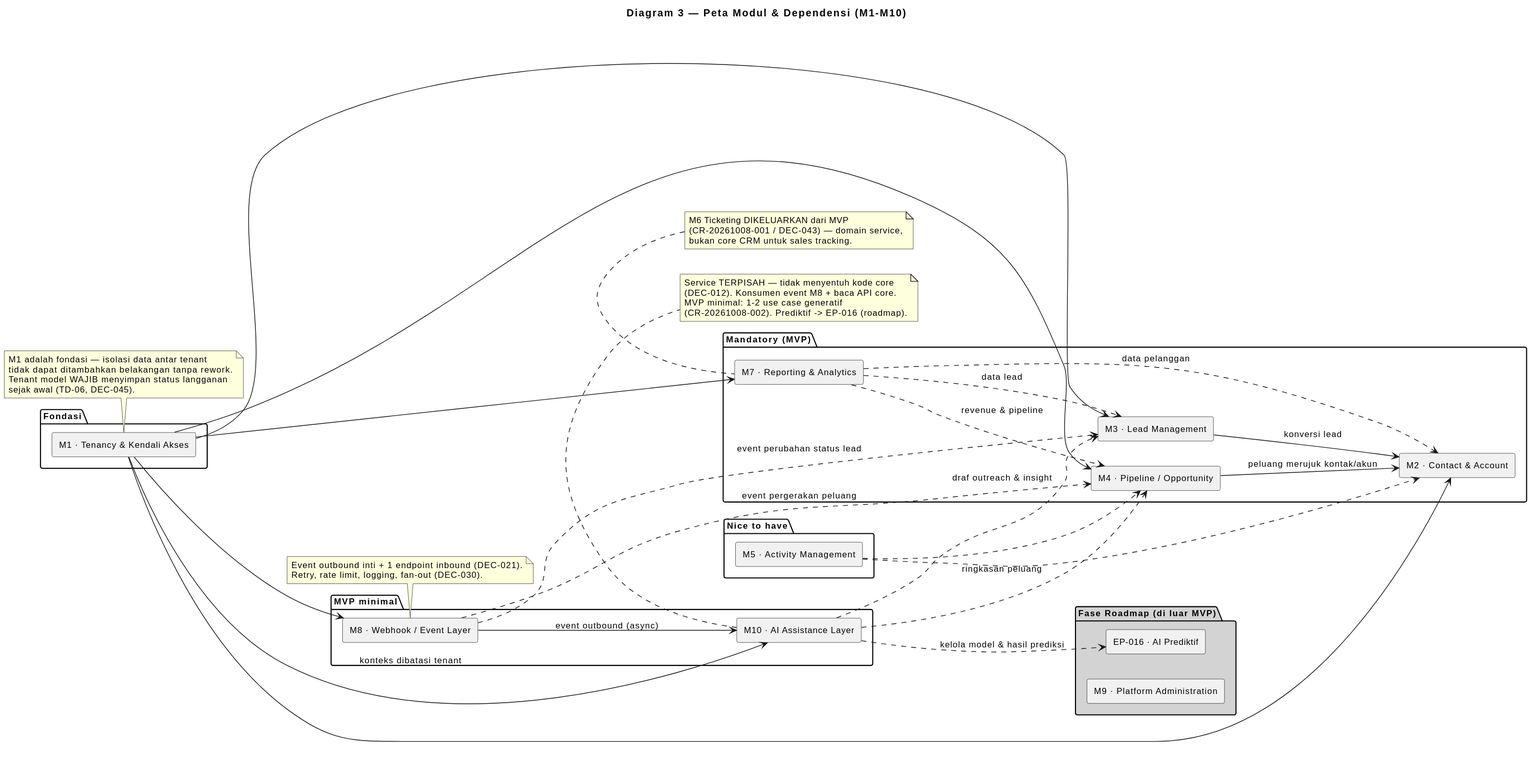
The PlantUML diagram knowledge/projects/bootcamp-crm/requirements/brd/diagrams/03-peta-modul.svg in yudha-tlab/ai-os-knowledge, before a commit.
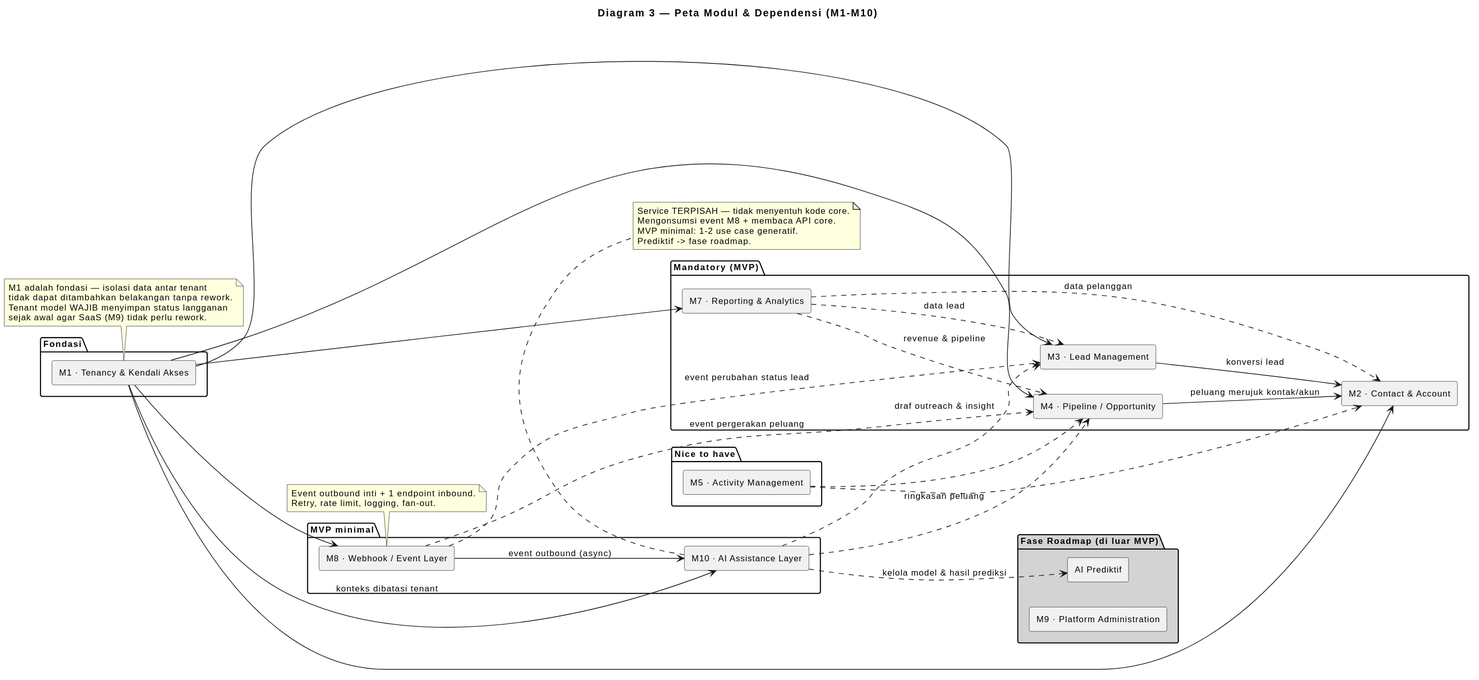
The same diagram one commit later.

The edit, as a diff of the source:
```diff
@@ -28,7 +28,7 @@
 
 package "Fase Roadmap (di luar MVP)" #LightGray {
   [M9 · Platform Administration] as M9
-  [EP-016 · AI Prediktif] as AIP
+  [AI Prediktif] as AIP
 }
 
 M1 --> M2
@@ -57,24 +57,18 @@
   M1 adalah fondasi — isolasi data antar tenant
   tidak dapat ditambahkan belakangan tanpa rework.
   Tenant model WAJIB menyimpan status langganan
-  sejak awal (TD-06, DEC-045).
+  sejak awal agar SaaS (M9) tidak perlu rework.
 end note
 
 note bottom of M8
-  Event outbound inti + 1 endpoint inbound (DEC-021).
-  Retry, rate limit, logging, fan-out (DEC-030).
+  Event outbound inti + 1 endpoint inbound.
+  Retry, rate limit, logging, fan-out.
 end note
 
 note bottom of M10
-  Service TERPISAH — tidak menyentuh kode core
-  (DEC-012). Konsumen event M8 + baca API core.
-  MVP minimal: 1-2 use case generatif
-  (CR-20261008-002). Prediktif -> EP-016 (roadmap).
-end note
-
-note top of M7
-  M6 Ticketing DIKELUARKAN dari MVP
-  (CR-20261008-001 / DEC-043) — domain service,
-  bukan core CRM untuk sales tracking.
+  Service TERPISAH — tidak menyentuh kode core.
+  Mengonsumsi event M8 + membaca API core.
+  MVP minimal: 1-2 use case generatif.
+  Prediktif -> fase roadmap.
 end note
 @enduml
```
